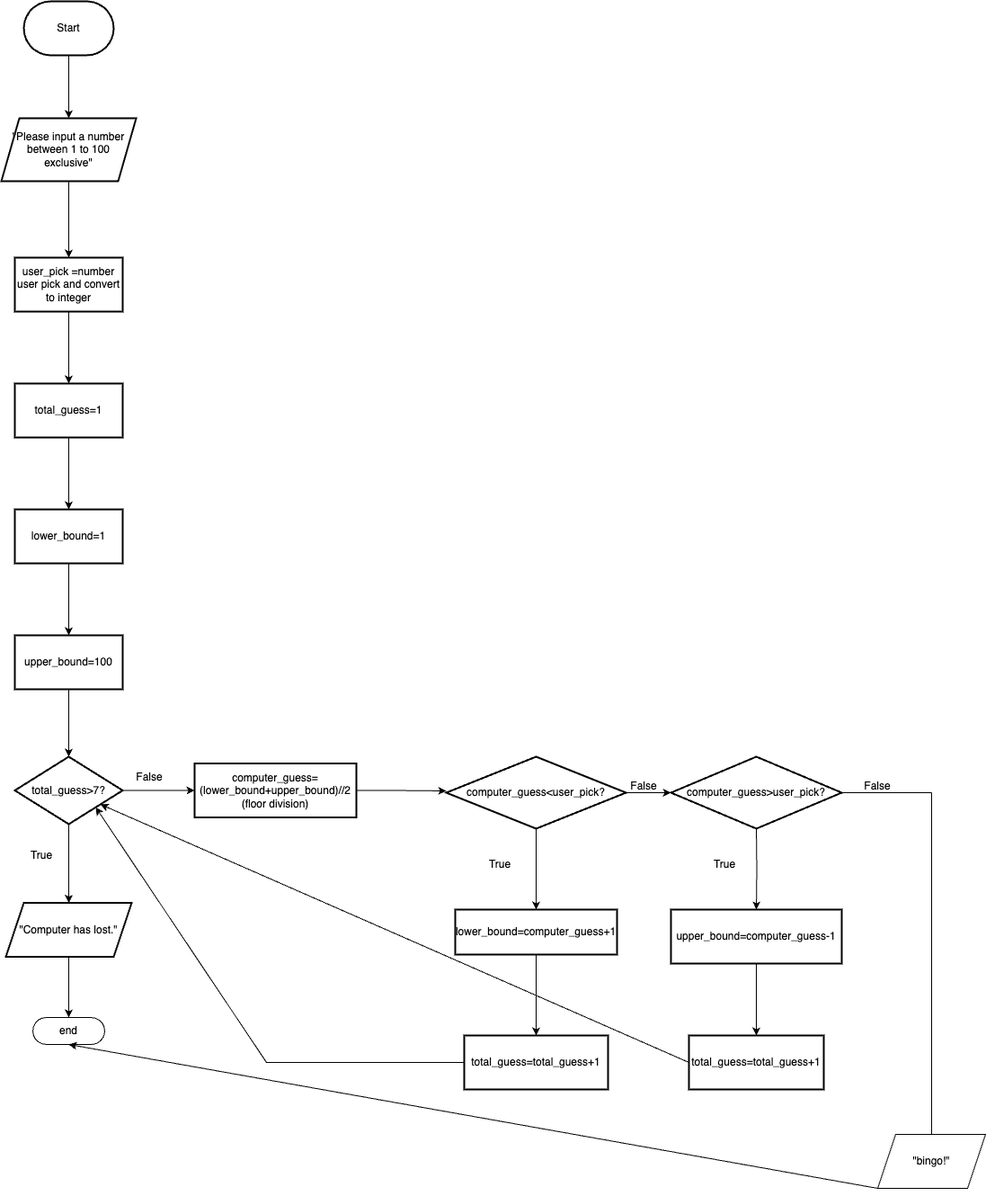
Earlier version of the draw.io export hw01/hw01_3_guess_flow.png (YillonMask/5001). Source tidied: cells renumbered, new cells last; positions are measured from the earlier drawing's top-left corner, leaving out a move shared by most shapes.
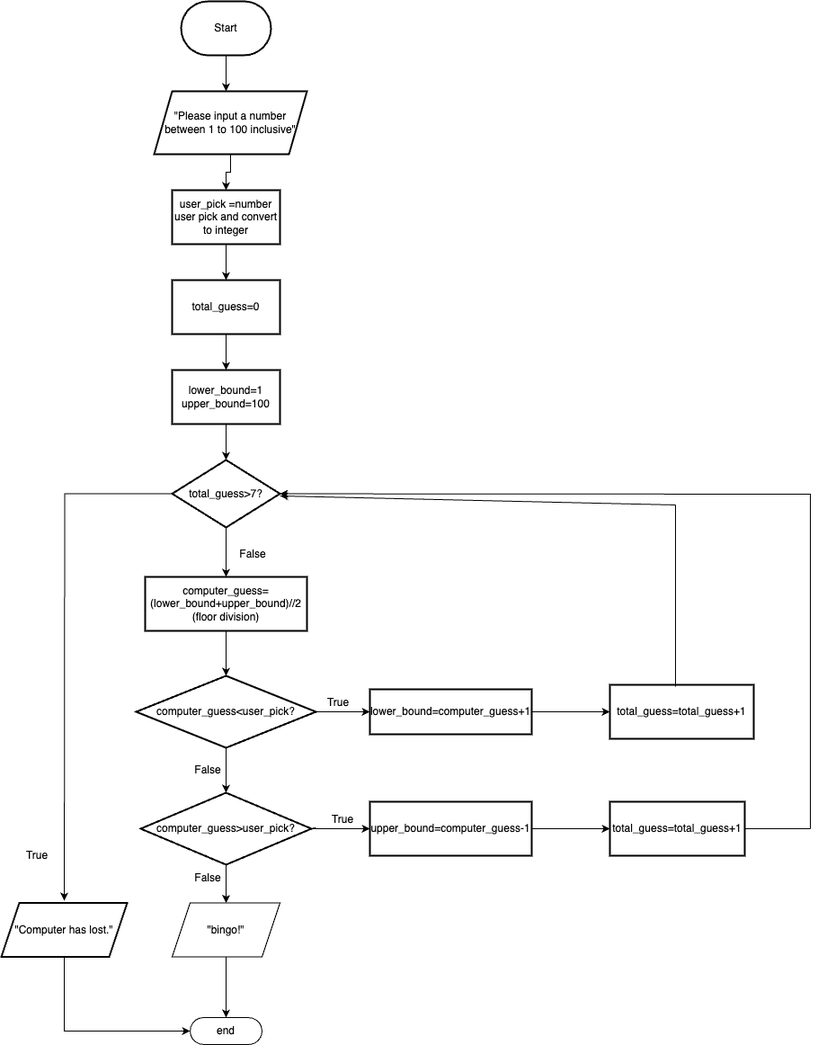
The same diagram one commit later.

Diff of the diagram source:
```diff
@@ -16,148 +16,151 @@
     <mxCell id="4" style="edgeStyle=orthogonalEdgeStyle;rounded=0;jettySize=auto;html=1;" parent="1" edge="1" source="5" target="7">
       <mxGeometry relative="1" as="geometry" />
     </mxCell>
-    <mxCell id="5" value="&quot;Please input a number between 1 to 100 exclusive&quot;" style="shape=parallelogram;perimeter=parallelogramPerimeter;whiteSpace=wrap;html=1;fixedSize=1;strokeWidth=2;" parent="1" vertex="1">
-      <mxGeometry y="130" width="150" height="70" as="geometry" />
+    <mxCell id="5" value="&quot;Please input a number between 1 to 100 inclusive&quot;" style="shape=parallelogram;perimeter=parallelogramPerimeter;whiteSpace=wrap;html=1;fixedSize=1;strokeWidth=2;" parent="1" vertex="1">
+      <mxGeometry x="-5" y="100" width="170" height="70" as="geometry" />
     </mxCell>
     <mxCell id="6" style="edgeStyle=orthogonalEdgeStyle;rounded=0;jettySize=auto;html=1;" parent="1" edge="1" source="7" target="9">
       <mxGeometry relative="1" as="geometry" />
     </mxCell>
     <mxCell id="7" value="user_pick =number user pick and convert to integer" style="whiteSpace=wrap;html=1;strokeWidth=2;" parent="1" vertex="1">
-      <mxGeometry x="15" y="285" width="120" height="60" as="geometry" />
+      <mxGeometry x="15" y="210" width="120" height="60" as="geometry" />
     </mxCell>
     <mxCell id="8" style="edgeStyle=orthogonalEdgeStyle;rounded=0;jettySize=auto;html=1;" parent="1" edge="1" source="9" target="11">
       <mxGeometry relative="1" as="geometry" />
     </mxCell>
+    <mxCell id="46" style="edgeStyle=orthogonalEdgeStyle;rounded=0;jettySize=auto;html=1;" parent="1" edge="1" source="9" target="11">
+      <mxGeometry relative="1" as="geometry" />
+    </mxCell>
-    <mxCell id="9" value="total_guess=1" style="whiteSpace=wrap;html=1;strokeWidth=2;" parent="1" vertex="1">
-      <mxGeometry x="15" y="425" width="120" height="60" as="geometry" />
+    <mxCell id="9" value="total_guess=0" style="whiteSpace=wrap;html=1;strokeWidth=2;" parent="1" vertex="1">
+      <mxGeometry x="15" y="310" width="120" height="60" as="geometry" />
     </mxCell>
-    <mxCell id="10" style="edgeStyle=orthogonalEdgeStyle;rounded=0;jettySize=auto;html=1;" parent="1" edge="1" source="11" target="13">
-      <mxGeometry relative="1" as="geometry" />
-    </mxCell>
-    <mxCell id="11" value="lower_bound=1" style="whiteSpace=wrap;html=1;strokeWidth=2;" parent="1" vertex="1">
-      <mxGeometry x="15" y="565" width="120" height="60" as="geometry" />
+    <mxCell id="11" value="lower_bound=1&lt;br&gt;upper_bound=100" style="whiteSpace=wrap;html=1;strokeWidth=2;" parent="1" vertex="1">
+      <mxGeometry x="15" y="410" width="120" height="60" as="geometry" />
     </mxCell>
-    <mxCell id="12" style="edgeStyle=orthogonalEdgeStyle;rounded=0;jettySize=auto;html=1;" parent="1" edge="1" source="13" target="16">
-      <mxGeometry relative="1" as="geometry" />
-    </mxCell>
-    <mxCell id="13" value="upper_bound=100" style="whiteSpace=wrap;html=1;strokeWidth=2;" parent="1" vertex="1">
-      <mxGeometry x="15" y="705" width="120" height="60" as="geometry" />
-    </mxCell>
-    <mxCell id="14" style="edgeStyle=orthogonalEdgeStyle;rounded=0;jettySize=auto;html=1;" parent="1" edge="1" source="16" target="18">
-      <mxGeometry relative="1" as="geometry" />
+    <mxCell id="14" style="edgeStyle=orthogonalEdgeStyle;rounded=0;jettySize=auto;html=1;" parent="1" edge="1" source="16">
+      <mxGeometry relative="1" as="geometry">
+        <mxPoint x="-105" y="1000" as="targetPoint" />
+      </mxGeometry>
     </mxCell>
-    <mxCell id="15" style="edgeStyle=orthogonalEdgeStyle;rounded=0;jettySize=auto;html=1;" parent="1" edge="1" source="16" target="22">
-      <mxGeometry relative="1" as="geometry" />
-    </mxCell>
     <mxCell id="16" value="total_guess&amp;gt;7?" style="rhombus;whiteSpace=wrap;html=1;strokeWidth=2;" parent="1" vertex="1">
-      <mxGeometry x="15" y="840" width="120" height="75" as="geometry" />
+      <mxGeometry x="15" y="510" width="120" height="75" as="geometry" />
     </mxCell>
-    <mxCell id="17" style="edgeStyle=orthogonalEdgeStyle;rounded=0;jettySize=auto;html=1;" parent="1" edge="1" source="18" target="19">
-      <mxGeometry relative="1" as="geometry" />
+    <mxCell id="17" style="edgeStyle=orthogonalEdgeStyle;rounded=0;jettySize=auto;html=1;exitX=0.5;exitY=1;exitDx=0;exitDy=0;" parent="1" edge="1" source="18" target="19">
+      <mxGeometry relative="1" as="geometry">
+        <Array as="points">
+          <mxPoint x="-105" y="1145" />
+        </Array>
+      </mxGeometry>
     </mxCell>
     <mxCell id="18" value="&quot;Computer has lost.&quot;" style="shape=parallelogram;perimeter=parallelogramPerimeter;whiteSpace=wrap;html=1;fixedSize=1;strokeWidth=2;" parent="1" vertex="1">
-      <mxGeometry x="5" y="1002.5" width="140" height="60" as="geometry" />
+      <mxGeometry x="-175" y="1002.5" width="140" height="60" as="geometry" />
     </mxCell>
     <mxCell id="19" value="end" style="html=1;dashed=0;whiteSpace=wrap;shape=mxgraph.dfd.start;" parent="1" vertex="1">
       <mxGeometry x="35" y="1130" width="80" height="30" as="geometry" />
     </mxCell>
     <mxCell id="20" value="True" style="text;html=1;strokeColor=none;fillColor=none;align=center;verticalAlign=middle;whiteSpace=wrap;rounded=0;" parent="1" vertex="1">
-      <mxGeometry x="15" y="940" width="60" height="20" as="geometry" />
+      <mxGeometry x="-165" y="940" width="60" height="20" as="geometry" />
     </mxCell>
-    <mxCell id="21" style="edgeStyle=orthogonalEdgeStyle;rounded=0;jettySize=auto;html=1;" parent="1" edge="1" source="22">
+    <mxCell id="21" style="edgeStyle=orthogonalEdgeStyle;rounded=0;jettySize=auto;html=1;entryX=0.5;entryY=0;entryDx=0;entryDy=0;exitX=0.5;exitY=1;exitDx=0;exitDy=0;" parent="1" edge="1" source="22" target="25">
       <mxGeometry relative="1" as="geometry">
-        <mxPoint x="495" y="878" as="targetPoint" />
         <Array as="points">
-          <mxPoint x="435" y="878" />
-          <mxPoint x="435" y="878" />
+          <mxPoint x="75" y="720" />
+          <mxPoint x="75" y="720" />
         </Array>
       </mxGeometry>
     </mxCell>
     <mxCell id="22" value="computer_guess=(lower_bound+upper_bound)//2&lt;br&gt;(floor division)" style="whiteSpace=wrap;html=1;strokeWidth=2;" parent="1" vertex="1">
-      <mxGeometry x="215" y="847.5" width="180" height="60" as="geometry" />
+      <mxGeometry x="-15" y="640" width="180" height="60" as="geometry" />
     </mxCell>
     <mxCell id="23" value="False" style="text;html=1;strokeColor=none;fillColor=none;align=center;verticalAlign=middle;whiteSpace=wrap;rounded=0;" parent="1" vertex="1">
-      <mxGeometry x="135" y="847.5" width="60" height="30" as="geometry" />
+      <mxGeometry x="75" y="600" width="60" height="30" as="geometry" />
     </mxCell>
     <mxCell id="24" style="edgeStyle=orthogonalEdgeStyle;rounded=0;jettySize=auto;html=1;" parent="1" edge="1" source="25" target="27">
       <mxGeometry relative="1" as="geometry" />
     </mxCell>
     <mxCell id="25" value="computer_guess&amp;lt;user_pick?" style="rhombus;whiteSpace=wrap;html=1;strokeWidth=2;" parent="1" vertex="1">
-      <mxGeometry x="495" y="840" width="200" height="80" as="geometry" />
+      <mxGeometry x="-25" y="750" width="200" height="80" as="geometry" />
     </mxCell>
     <mxCell id="26" style="edgeStyle=orthogonalEdgeStyle;rounded=0;jettySize=auto;html=1;" parent="1" edge="1" source="27" target="28">
       <mxGeometry relative="1" as="geometry" />
     </mxCell>
     <mxCell id="27" value="lower_bound=computer_guess+1" style="whiteSpace=wrap;html=1;strokeWidth=2;" parent="1" vertex="1">
-      <mxGeometry x="505" y="1010" width="180" height="50" as="geometry" />
+      <mxGeometry x="235" y="765" width="180" height="50" as="geometry" />
     </mxCell>
     <mxCell id="28" value="total_guess=total_guess+1" style="whiteSpace=wrap;html=1;strokeWidth=2;" parent="1" vertex="1">
-      <mxGeometry x="515" y="1150" width="160" height="60" as="geometry" />
+      <mxGeometry x="502" y="760" width="160" height="60" as="geometry" />
     </mxCell>
-    <mxCell id="29" style="endArrow=classic;html=1;rounded=0;entryX=1;entryY=1;entryDx=0;entryDy=0;" parent="1" edge="1" target="16">
+    <mxCell id="29" style="endArrow=classic;html=1;rounded=0;" parent="1" edge="1">
       <mxGeometry relative="1" as="geometry">
-        <mxPoint x="295" y="1180" as="sourcePoint" />
+        <mxPoint x="575" y="560" as="sourcePoint" />
+        <mxPoint x="135" y="550" as="targetPoint" />
       </mxGeometry>
     </mxCell>
-    <mxCell id="30" style="endArrow=none;html=1;rounded=0;" parent="1" edge="1" target="28">
+    <mxCell id="30" style="endArrow=none;html=1;rounded=0;entryX=0.456;entryY=0.033;entryDx=0;entryDy=0;entryPerimeter=0;" parent="1" edge="1" target="28">
       <mxGeometry relative="1" as="geometry">
-        <mxPoint x="295" y="1180" as="sourcePoint" />
+        <mxPoint x="575" y="560" as="sourcePoint" />
       </mxGeometry>
     </mxCell>
     <mxCell id="31" value="True" style="text;html=1;strokeColor=none;fillColor=none;align=center;verticalAlign=middle;whiteSpace=wrap;rounded=0;" parent="1" vertex="1">
-      <mxGeometry x="525" y="950" width="60" height="20" as="geometry" />
+      <mxGeometry x="170" y="770" width="60" height="20" as="geometry" />
     </mxCell>
     <mxCell id="32" value="computer_guess&amp;gt;user_pick?" style="rhombus;whiteSpace=wrap;html=1;strokeWidth=2;" parent="1" vertex="1">
-      <mxGeometry x="745" y="840" width="190" height="80" as="geometry" />
+      <mxGeometry x="-20" y="880" width="190" height="80" as="geometry" />
     </mxCell>
-    <mxCell id="33" style="endArrow=classic;html=1;rounded=0;exitX=1;exitY=0.5;exitDx=0;exitDy=0;" parent="1" edge="1" source="25">
-      <mxGeometry relative="1" as="geometry">
-        <mxPoint x="745" y="880" as="targetPoint" />
-      </mxGeometry>
+    <mxCell id="33" style="endArrow=classic;html=1;rounded=0;exitX=0.5;exitY=1;exitDx=0;exitDy=0;" parent="1" edge="1" source="25" target="32">
+      <mxGeometry relative="1" as="geometry" />
     </mxCell>
     <mxCell id="34" value="False" style="text;html=1;strokeColor=none;fillColor=none;align=center;verticalAlign=middle;whiteSpace=wrap;rounded=0;" parent="1" vertex="1">
-      <mxGeometry x="685" y="857.5" width="60" height="30" as="geometry" />
+      <mxGeometry x="25" y="840" width="60" height="30" as="geometry" />
     </mxCell>
-    <mxCell id="35" style="edgeStyle=orthogonalEdgeStyle;rounded=0;jettySize=auto;html=1;" parent="1" edge="1" target="37">
-      <mxGeometry relative="1" as="geometry">
-        <mxPoint x="840" y="920" as="sourcePoint" />
-      </mxGeometry>
+    <mxCell id="35" style="edgeStyle=orthogonalEdgeStyle;rounded=0;jettySize=auto;html=1;exitX=1;exitY=0.5;exitDx=0;exitDy=0;" parent="1" edge="1" source="32" target="37">
+      <mxGeometry relative="1" as="geometry" />
     </mxCell>
-    <mxCell id="36" style="edgeStyle=orthogonalEdgeStyle;rounded=0;jettySize=auto;html=1;" parent="1" edge="1" source="37">
-      <mxGeometry relative="1" as="geometry">
-        <mxPoint x="840" y="1150" as="targetPoint" />
-      </mxGeometry>
+    <mxCell id="36" style="edgeStyle=orthogonalEdgeStyle;rounded=0;jettySize=auto;html=1;entryX=0;entryY=0.5;entryDx=0;entryDy=0;" parent="1" edge="1" source="37" target="39">
+      <mxGeometry relative="1" as="geometry" />
     </mxCell>
     <mxCell id="37" value="upper_bound=computer_guess-1" style="whiteSpace=wrap;html=1;strokeWidth=2;" parent="1" vertex="1">
-      <mxGeometry x="745" y="1010" width="190" height="60" as="geometry" />
+      <mxGeometry x="235" y="890" width="180" height="60" as="geometry" />
     </mxCell>
-    <mxCell id="38" value="True" style="text;html=1;strokeColor=none;fillColor=none;align=center;verticalAlign=middle;whiteSpace=wrap;rounded=0;" parent="1" vertex="1">
-      <mxGeometry x="775" y="950" width="60" height="20" as="geometry" />
-    </mxCell>
     <mxCell id="39" value="total_guess=total_guess+1" style="whiteSpace=wrap;html=1;strokeWidth=2;" parent="1" vertex="1">
-      <mxGeometry x="765" y="1150" width="150" height="60" as="geometry" />
+      <mxGeometry x="502" y="890" width="150" height="60" as="geometry" />
     </mxCell>
-    <mxCell id="40" style="endArrow=classic;html=1;rounded=0;exitX=0;exitY=0.5;exitDx=0;exitDy=0;" parent="1" edge="1" source="39" target="16">
-      <mxGeometry relative="1" as="geometry" />
+    <mxCell id="40" style="endArrow=classic;html=1;rounded=0;" parent="1" edge="1" target="16">
+      <mxGeometry relative="1" as="geometry">
+        <mxPoint x="725" y="920" as="sourcePoint" />
+        <Array as="points">
+          <mxPoint x="725" y="548" />
+        </Array>
+      </mxGeometry>
     </mxCell>
     <mxCell id="41" value="False" style="text;html=1;strokeColor=none;fillColor=none;align=center;verticalAlign=middle;whiteSpace=wrap;rounded=0;" parent="1" vertex="1">
-      <mxGeometry x="945" y="857.5" width="60" height="30" as="geometry" />
+      <mxGeometry x="25" y="960" width="60" height="30" as="geometry" />
     </mxCell>
-    <mxCell id="42" style="endArrow=none;html=1;rounded=0;exitX=1;exitY=0.5;exitDx=0;exitDy=0;" parent="1" edge="1" source="32">
-      <mxGeometry relative="1" as="geometry">
-        <mxPoint x="1035" y="880" as="targetPoint" />
-      </mxGeometry>
-    </mxCell>
-    <mxCell id="43" style="endArrow=none;html=1;rounded=0;" parent="1" edge="1" target="44">
-      <mxGeometry relative="1" as="geometry">
-        <mxPoint x="1035" y="880" as="sourcePoint" />
-      </mxGeometry>
-    </mxCell>
     <mxCell id="44" value="&quot;bingo!&quot;" style="shape=parallelogram;perimeter=parallelogramPerimeter;whiteSpace=wrap;html=1;fixedSize=1;" parent="1" vertex="1">
-      <mxGeometry x="975" y="1260" width="120" height="60" as="geometry" />
+      <mxGeometry x="15" y="1002.5" width="120" height="60" as="geometry" />
     </mxCell>
-    <mxCell id="45" style="endArrow=classic;html=1;rounded=0;exitX=0;exitY=1;exitDx=0;exitDy=0;entryX=0.5;entryY=0.5;entryDx=0;entryDy=15;entryPerimeter=0;" parent="1" edge="1" source="44" target="19">
+    <mxCell id="45" style="endArrow=classic;html=1;rounded=0;exitX=0.5;exitY=1;exitDx=0;exitDy=0;entryX=0.5;entryY=0.5;entryDx=0;entryDy=-15;entryPerimeter=0;" parent="1" edge="1" source="44" target="19">
       <mxGeometry relative="1" as="geometry" />
     </mxCell>
+    <mxCell id="47" style="endArrow=none;html=1;rounded=0;exitX=1;exitY=0.5;exitDx=0;exitDy=0;" parent="1" edge="1" source="39">
+      <mxGeometry relative="1" as="geometry">
+        <mxPoint x="725" y="920" as="targetPoint" />
+      </mxGeometry>
+    </mxCell>
+    <mxCell id="48" style="endArrow=none;html=1;rounded=0;exitX=1;exitY=0.5;exitDx=0;exitDy=0;" parent="1" edge="1" source="32" target="38">
+      <mxGeometry relative="1" as="geometry" />
+    </mxCell>
+    <mxCell id="38" value="True" style="text;html=1;strokeColor=none;fillColor=none;align=center;verticalAlign=middle;whiteSpace=wrap;rounded=0;" parent="1" vertex="1">
+      <mxGeometry x="175" y="900" width="60" height="20" as="geometry" />
+    </mxCell>
+    <mxCell id="49" style="endArrow=classic;html=1;rounded=0;exitX=0.5;exitY=1;exitDx=0;exitDy=0;entryX=0.5;entryY=0;entryDx=0;entryDy=0;" parent="1" edge="1" source="32" target="44">
+      <mxGeometry relative="1" as="geometry" />
+    </mxCell>
+    <mxCell id="50" style="endArrow=classic;html=1;rounded=0;exitX=0.5;exitY=1;exitDx=0;exitDy=0;entryX=0.5;entryY=0;entryDx=0;entryDy=0;" parent="1" edge="1" source="11" target="16">
+      <mxGeometry relative="1" as="geometry" />
+    </mxCell>
+    <mxCell id="15" style="endArrow=classic;html=1;rounded=0;exitX=0.5;exitY=1;exitDx=0;exitDy=0;entryX=0.5;entryY=0;entryDx=0;entryDy=0;" parent="1" edge="1" source="16" target="22">
+      <mxGeometry relative="1" as="geometry" />
+    </mxCell>
   </root>
 </mxGraphModel>
```
